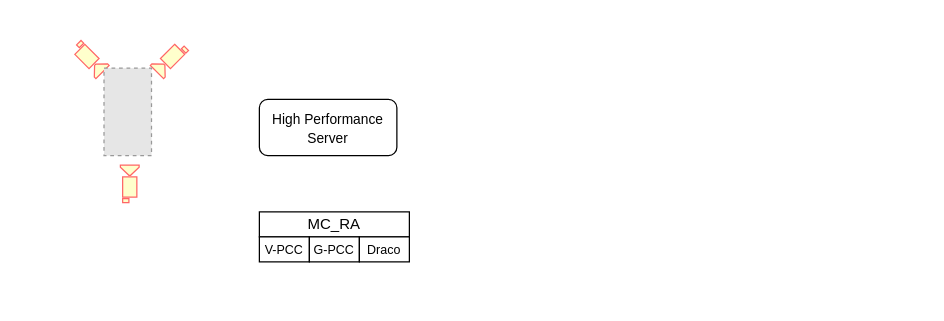
Before: MC_RA.drawio in mahendra49/draw-io, a draw.io diagram. Source tidied: cells renumbered, new cells numbered last; positions are measured from the earlier drawing's top-left corner, leaving out a move shared by most shapes. Both pictures are drawn from the tidied source at 125%, with x=0, y=0 at pixel (70, 49). Pictures stored in the file or linked from it are replaced by grey dashed boxes.
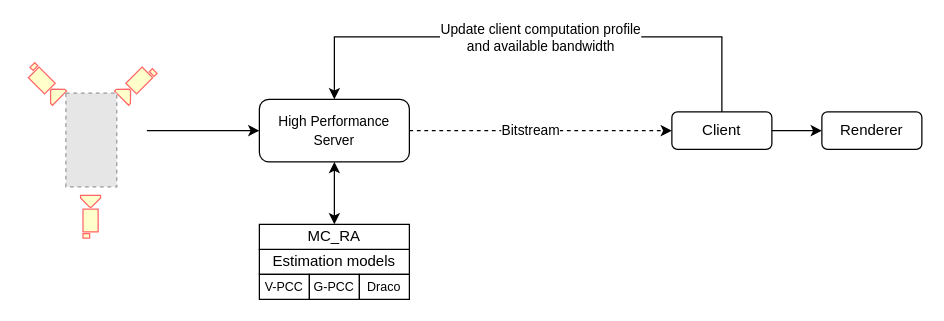
The same diagram, later.

Diff of the diagram source:
```diff
@@
-    <mxCell id="2" value="&lt;font style=&quot;font-size: 11px;&quot;&gt;High Performance&lt;br&gt;Server&lt;/font&gt;" style="rounded=1;whiteSpace=wrap;html=1;" parent="1" vertex="1">
-      <mxGeometry x="151" y="40" width="110" height="45" as="geometry" />
-    </mxCell>
+    <mxCell id="12" style="group;" parent="1" vertex="1">
+      <mxGeometry x="-39" y="10" width="110" height="140" as="geometry" />
+    </mxCell>
-    <mxCell id="3" style="sketch=0;shadow=0;dashed=0;html=1;strokeColor=#FF6666;fillColor=#FFFFCC;labelPosition=center;verticalLabelPosition=bottom;verticalAlign=top;align=center;shape=mxgraph.office.devices.video_camera;fontColor=#333333;fillStyle=solid;rotation=-225;" parent="1" vertex="1">
-      <mxGeometry x="64.7" width="30" height="15" as="geometry" />
+    <mxCell id="3" style="sketch=0;shadow=0;dashed=0;html=1;strokeColor=#FF6666;fillColor=#FFFFCC;labelPosition=center;verticalLabelPosition=bottom;verticalAlign=top;align=center;shape=mxgraph.office.devices.video_camera;fontColor=#333333;fillStyle=solid;rotation=-225;" parent="12" vertex="1">
+      <mxGeometry x="74.8" y="9" width="34.1" height="16" as="geometry" />
     </mxCell>
-    <mxCell id="4" style="sketch=0;shadow=0;dashed=0;html=1;strokeColor=#FF6666;fillColor=#FFFFCC;labelPosition=center;verticalLabelPosition=bottom;verticalAlign=top;align=center;shape=mxgraph.office.devices.video_camera;fontColor=#333333;fillStyle=solid;rotation=45;" parent="1" vertex="1">
-      <mxGeometry x="-0.1" width="30" height="15" as="geometry" />
+    <mxCell id="4" style="sketch=0;shadow=0;dashed=0;html=1;strokeColor=#FF6666;fillColor=#FFFFCC;labelPosition=center;verticalLabelPosition=bottom;verticalAlign=top;align=center;shape=mxgraph.office.devices.video_camera;fontColor=#333333;fillStyle=solid;rotation=45;" parent="12" vertex="1">
+      <mxGeometry x="1" y="9" width="34.1" height="16" as="geometry" />
     </mxCell>
-    <mxCell id="5" style="sketch=0;shadow=0;dashed=0;html=1;strokeColor=#FF6666;fillColor=#FFFFCC;labelPosition=center;verticalLabelPosition=bottom;verticalAlign=top;align=center;shape=mxgraph.office.devices.video_camera;fontColor=#333333;fillStyle=solid;rotation=-90;" parent="1" vertex="1">
-      <mxGeometry x="32.3" y="100" width="30" height="15" as="geometry" />
+    <mxCell id="5" style="sketch=0;shadow=0;dashed=0;html=1;strokeColor=#FF6666;fillColor=#FFFFCC;labelPosition=center;verticalLabelPosition=bottom;verticalAlign=top;align=center;shape=mxgraph.office.devices.video_camera;fontColor=#333333;fillStyle=solid;rotation=-90;" parent="12" vertex="1">
+      <mxGeometry x="37.9" y="115.9" width="34.1" height="16" as="geometry" />
     </mxCell>
-    <mxCell id="6" style="fillColor=#E6E6E6;strokeColor=#999999;dashed=1;verticalLabelPosition=bottom;labelBackgroundColor=default;verticalAlign=top;" parent="1" vertex="1">
-      <mxGeometry x="26.7" y="15" width="38" height="70" as="geometry" />
+    <mxCell id="6" style="fillColor=#E6E6E6;strokeColor=#999999;dashed=1;verticalLabelPosition=bottom;labelBackgroundColor=default;verticalAlign=top;" parent="12" vertex="1">
+      <mxGeometry x="35.2" y="25" width="40.7" height="74.9" as="geometry" />
     </mxCell>
-    <mxCell id="7" style="group;" parent="1" vertex="1">
-      <mxGeometry x="151" y="130" width="120" height="40" as="geometry" />
-    </mxCell>
+    <mxCell id="2" value="&lt;font style=&quot;font-size: 11px;&quot;&gt;High Performance&lt;br&gt;Server&lt;/font&gt;" style="rounded=1;whiteSpace=wrap;html=1;" parent="1" vertex="1">
+      <mxGeometry x="151" y="40" width="120" height="50" as="geometry" />
+    </mxCell>
+    <mxCell id="13" style="endArrow=classic;startArrow=classic;html=1;rounded=0;entryX=0.5;entryY=1;entryDx=0;entryDy=0;exitX=0.5;exitY=0;exitDx=0;exitDy=0;" parent="1" edge="1" source="8" target="2">
+      <mxGeometry relative="1" as="geometry" />
+    </mxCell>
+    <mxCell id="14" value="Client" style="rounded=1;whiteSpace=wrap;html=1;" parent="1" vertex="1">
+      <mxGeometry x="481" y="50" width="80" height="30" as="geometry" />
+    </mxCell>
+    <mxCell id="15" value="Renderer" style="rounded=1;whiteSpace=wrap;html=1;" parent="1" vertex="1">
+      <mxGeometry x="601" y="50" width="80" height="30" as="geometry" />
+    </mxCell>
+    <mxCell id="16" style="endArrow=classic;html=1;rounded=0;exitX=1;exitY=0.5;exitDx=0;exitDy=0;" parent="1" edge="1" source="14">
+      <mxGeometry relative="1" as="geometry">
+        <mxPoint x="601" y="65" as="targetPoint" />
+      </mxGeometry>
+    </mxCell>
+    <mxCell id="17" style="endArrow=classic;html=1;rounded=0;entryX=0;entryY=0.5;entryDx=0;entryDy=0;" parent="1" edge="1" target="2">
+      <mxGeometry relative="1" as="geometry">
+        <mxPoint x="61" y="65" as="sourcePoint" />
+      </mxGeometry>
+    </mxCell>
+    <mxCell id="18" style="group;" parent="1" vertex="1">
+      <mxGeometry x="151" y="140" width="120" height="60" as="geometry" />
+    </mxCell>
+    <mxCell id="19" value="Estimation models" style="rounded=0;whiteSpace=wrap;html=1;" parent="18" vertex="1">
+      <mxGeometry y="20" width="120" height="20" as="geometry" />
+    </mxCell>
-    <mxCell id="8" value="MC_RA" style="rounded=0;whiteSpace=wrap;html=1;" parent="7" vertex="1">
+    <mxCell id="8" value="MC_RA" style="rounded=0;whiteSpace=wrap;html=1;" parent="18" vertex="1">
       <mxGeometry width="120" height="20" as="geometry" />
     </mxCell>
+    <mxCell id="20" style="group;" parent="18" vertex="1">
+      <mxGeometry y="40" width="120" height="20" as="geometry" />
+    </mxCell>
-    <mxCell id="9" value="V-PCC" style="rounded=0;whiteSpace=wrap;html=1;fontSize=10;" parent="7" vertex="1">
-      <mxGeometry y="20" width="40" height="20" as="geometry" />
+    <mxCell id="9" value="V-PCC" style="rounded=0;whiteSpace=wrap;html=1;fontSize=10;" parent="20" vertex="1">
+      <mxGeometry width="40" height="20" as="geometry" />
     </mxCell>
-    <mxCell id="10" value="G-PCC" style="rounded=0;whiteSpace=wrap;html=1;fontSize=10;" parent="7" vertex="1">
-      <mxGeometry x="40" y="20" width="40" height="20" as="geometry" />
+    <mxCell id="10" value="G-PCC" style="rounded=0;whiteSpace=wrap;html=1;fontSize=10;" parent="20" vertex="1">
+      <mxGeometry x="40" width="40" height="20" as="geometry" />
     </mxCell>
-    <mxCell id="11" value="Draco" style="rounded=0;whiteSpace=wrap;html=1;fontSize=10;" parent="7" vertex="1">
-      <mxGeometry x="80" y="20" width="40" height="20" as="geometry" />
+    <mxCell id="11" value="Draco" style="rounded=0;whiteSpace=wrap;html=1;fontSize=10;" parent="20" vertex="1">
+      <mxGeometry x="80" width="40" height="20" as="geometry" />
     </mxCell>
+    <mxCell id="21" style="endArrow=classic;html=1;rounded=0;entryX=0;entryY=0.5;entryDx=0;entryDy=0;exitX=1;exitY=0.5;exitDx=0;exitDy=0;dashed=1;" parent="1" edge="1" source="2" target="14">
+      <mxGeometry relative="1" as="geometry" />
+    </mxCell>
+    <mxCell id="22" value="Bitstream" style="edgeLabel;html=1;align=center;verticalAlign=middle;" parent="21" vertex="1">
+      <mxGeometry x="-0.09" y="1" relative="1" as="geometry" />
+    </mxCell>
+    <mxCell id="23" style="endArrow=classic;html=1;rounded=0;entryX=0.5;entryY=0;entryDx=0;entryDy=0;exitX=0.5;exitY=0;exitDx=0;exitDy=0;" parent="1" edge="1" source="14" target="2">
+      <mxGeometry relative="1" as="geometry">
+        <Array as="points">
+          <mxPoint x="521" y="-10" />
+          <mxPoint x="211" y="-10" />
+        </Array>
+      </mxGeometry>
+    </mxCell>
+    <mxCell id="24" value="Update client computation profile&lt;br&gt;and available bandwidth" style="edgeLabel;html=1;align=center;verticalAlign=middle;" parent="23" vertex="1">
+      <mxGeometry x="-0.02" relative="1" as="geometry" />
+    </mxCell>
```
